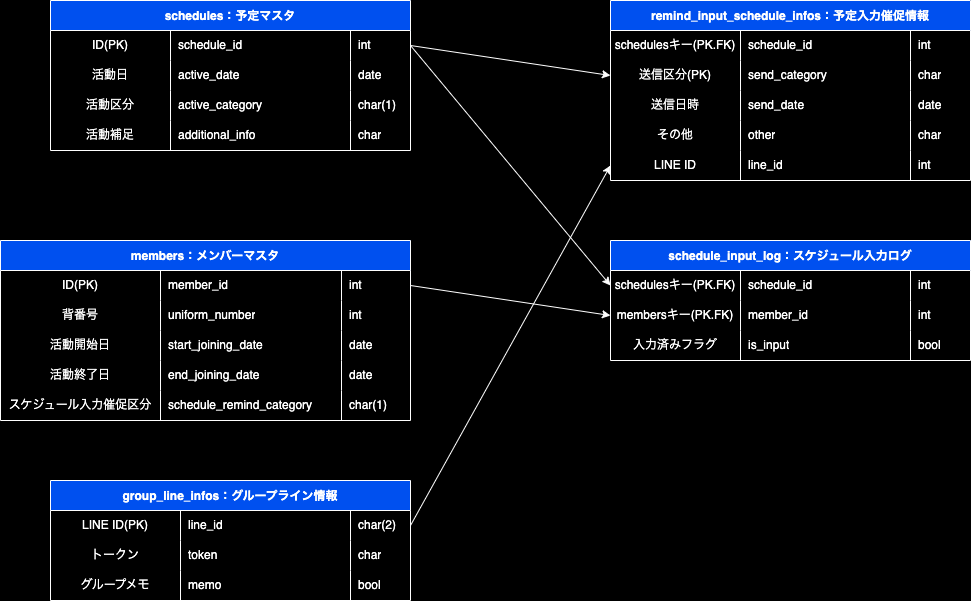
ShigaFreedom/document_freedom_system keeps this draw.io diagram as 03_テーブル/ER_figure.drawio.png. Above is the earlier version. Source tidied: cells renumbered, new cells last; positions are measured from the earlier drawing's top-left corner, leaving out a move shared by most shapes.
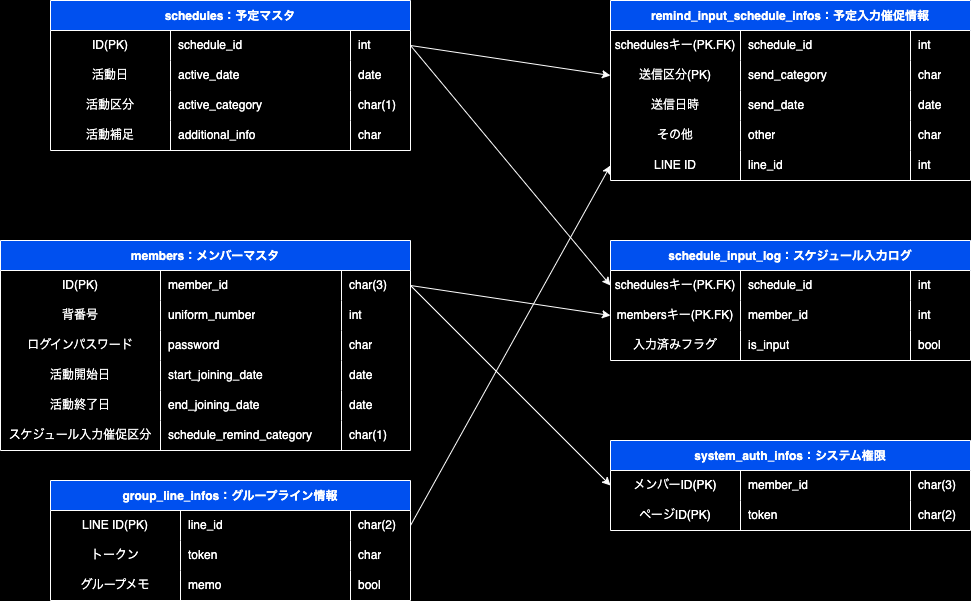
The same diagram one commit later.

Commit message:
テーブル定義

The edit, as a diff of the source:
```diff
@@ -117,7 +117,7 @@
       <mxGeometry x="300" width="60" height="30" as="geometry" />
     </mxCell>
     <mxCell id="40" value="members：メンバーマスタ" style="shape=table;startSize=30;rowLines=0;fontStyle=1;fillColor=#0050ef;fontColor=#FFFFFF;strokeColor=#FFFFFF;" parent="1" vertex="1">
-      <mxGeometry y="240" width="410" height="180" as="geometry" />
+      <mxGeometry y="240" width="410" height="210" as="geometry" />
     </mxCell>
     <mxCell id="41" style="shape=tableRow;horizontal=0;startSize=0;swimlaneHead=0;swimlaneBody=0;top=0;left=0;bottom=0;right=0;fillColor=none;points=[[0,0.5],[1,0.5]];portConstraint=eastwest;" parent="40" vertex="1">
       <mxGeometry y="30" width="410" height="30" as="geometry" />
@@ -128,7 +128,7 @@
     <mxCell id="43" value="member_id" style="shape=partialRectangle;html=1;whiteSpace=wrap;fillColor=none;top=0;left=0;bottom=0;right=0;align=left;spacingLeft=6;overflow=hidden;fontColor=#FFFFFF;" parent="41" vertex="1">
       <mxGeometry x="160" width="181" height="30" as="geometry" />
     </mxCell>
-    <mxCell id="44" value="int" style="shape=partialRectangle;html=1;whiteSpace=wrap;fillColor=none;top=0;left=0;bottom=0;right=0;align=left;spacingLeft=6;overflow=hidden;fontColor=#FFFFFF;" parent="41" vertex="1">
+    <mxCell id="44" value="char(3)" style="shape=partialRectangle;html=1;whiteSpace=wrap;fillColor=none;top=0;left=0;bottom=0;right=0;align=left;spacingLeft=6;overflow=hidden;fontColor=#FFFFFF;" parent="41" vertex="1">
       <mxGeometry x="341" width="69" height="30" as="geometry" />
     </mxCell>
     <mxCell id="45" style="shape=tableRow;horizontal=0;startSize=0;swimlaneHead=0;swimlaneBody=0;top=0;left=0;bottom=0;right=0;fillColor=none;" parent="40" vertex="1">
@@ -143,8 +143,20 @@
     <mxCell id="48" value="int" style="shape=partialRectangle;html=1;whiteSpace=wrap;fillColor=none;top=0;left=0;bottom=0;right=0;align=left;spacingLeft=6;overflow=hidden;fontColor=#FFFFFF;" parent="45" vertex="1">
       <mxGeometry x="341" width="69" height="30" as="geometry" />
     </mxCell>
+    <mxCell id="91" style="shape=tableRow;horizontal=0;startSize=0;swimlaneHead=0;swimlaneBody=0;top=0;left=0;bottom=0;right=0;fillColor=none;" parent="40" vertex="1">
+      <mxGeometry y="90" width="410" height="30" as="geometry" />
+    </mxCell>
+    <mxCell id="92" value="ログインパスワード" style="shape=partialRectangle;html=1;whiteSpace=wrap;fillColor=none;top=0;left=0;bottom=0;right=0;overflow=hidden;fontColor=#FFFFFF;" parent="91" vertex="1">
+      <mxGeometry width="160" height="30" as="geometry" />
+    </mxCell>
+    <mxCell id="93" value="password" style="shape=partialRectangle;html=1;whiteSpace=wrap;fillColor=none;top=0;left=0;bottom=0;right=0;align=left;spacingLeft=6;overflow=hidden;fontColor=#FFFFFF;" parent="91" vertex="1">
+      <mxGeometry x="160" width="181" height="30" as="geometry" />
+    </mxCell>
+    <mxCell id="94" value="char" style="shape=partialRectangle;html=1;whiteSpace=wrap;fillColor=none;top=0;left=0;bottom=0;right=0;align=left;spacingLeft=6;overflow=hidden;fontColor=#FFFFFF;" parent="91" vertex="1">
+      <mxGeometry x="341" width="69" height="30" as="geometry" />
+    </mxCell>
     <mxCell id="49" style="shape=tableRow;horizontal=0;startSize=0;swimlaneHead=0;swimlaneBody=0;top=0;left=0;bottom=0;right=0;fillColor=none;" parent="40" vertex="1">
-      <mxGeometry y="90" width="410" height="30" as="geometry" />
+      <mxGeometry y="120" width="410" height="30" as="geometry" />
     </mxCell>
     <mxCell id="50" value="活動開始日" style="shape=partialRectangle;html=1;whiteSpace=wrap;fillColor=none;top=0;left=0;bottom=0;right=0;overflow=hidden;fontColor=#FFFFFF;" parent="49" vertex="1">
       <mxGeometry width="160" height="30" as="geometry" />
@@ -156,7 +168,7 @@
       <mxGeometry x="341" width="69" height="30" as="geometry" />
     </mxCell>
     <mxCell id="53" style="shape=tableRow;horizontal=0;startSize=0;swimlaneHead=0;swimlaneBody=0;top=0;left=0;bottom=0;right=0;fillColor=none;" parent="40" vertex="1">
-      <mxGeometry y="120" width="410" height="30" as="geometry" />
+      <mxGeometry y="150" width="410" height="30" as="geometry" />
     </mxCell>
     <mxCell id="54" value="活動終了日" style="shape=partialRectangle;html=1;whiteSpace=wrap;fillColor=none;top=0;left=0;bottom=0;right=0;overflow=hidden;fontColor=#FFFFFF;" parent="53" vertex="1">
       <mxGeometry width="160" height="30" as="geometry" />
@@ -168,7 +180,7 @@
       <mxGeometry x="341" width="69" height="30" as="geometry" />
     </mxCell>
     <mxCell id="57" style="shape=tableRow;horizontal=0;startSize=0;swimlaneHead=0;swimlaneBody=0;top=0;left=0;bottom=0;right=0;fillColor=none;" parent="40" vertex="1">
-      <mxGeometry y="150" width="410" height="30" as="geometry" />
+      <mxGeometry y="180" width="410" height="30" as="geometry" />
     </mxCell>
     <mxCell id="58" value="スケジュール入力催促区分" style="shape=partialRectangle;html=1;whiteSpace=wrap;fillColor=none;top=0;left=0;bottom=0;right=0;overflow=hidden;fontColor=#FFFFFF;" parent="57" vertex="1">
       <mxGeometry width="160" height="30" as="geometry" />
@@ -271,5 +283,35 @@
     <mxCell id="90" style="endArrow=classic;html=1;fontColor=#FFFFFF;strokeColor=#FFFFFF;exitX=1;exitY=0.5;exitDx=0;exitDy=0;entryX=0;entryY=0.5;entryDx=0;entryDy=0;" parent="1" edge="1" source="78" target="36">
       <mxGeometry relative="1" as="geometry" />
     </mxCell>
+    <mxCell id="95" value="system_auth_infos：システム権限" style="shape=table;startSize=30;rowLines=0;fontStyle=1;fillColor=#0050ef;fontColor=#FFFFFF;strokeColor=#FFFFFF;" parent="1" vertex="1">
+      <mxGeometry x="610" y="440" width="360" height="90" as="geometry" />
+    </mxCell>
+    <mxCell id="96" style="shape=tableRow;horizontal=0;startSize=0;swimlaneHead=0;swimlaneBody=0;top=0;left=0;bottom=0;right=0;fillColor=none;points=[[0,0.5],[1,0.5]];portConstraint=eastwest;" parent="95" vertex="1">
+      <mxGeometry y="30" width="360" height="30" as="geometry" />
+    </mxCell>
+    <mxCell id="97" value="メンバーID(PK)" style="shape=partialRectangle;html=1;whiteSpace=wrap;fillColor=none;top=0;left=0;bottom=0;right=0;overflow=hidden;fontColor=#FFFFFF;" parent="96" vertex="1">
+      <mxGeometry width="130" height="30" as="geometry" />
+    </mxCell>
+    <mxCell id="98" value="member_id" style="shape=partialRectangle;html=1;whiteSpace=wrap;fillColor=none;top=0;left=0;bottom=0;right=0;align=left;spacingLeft=6;overflow=hidden;fontColor=#FFFFFF;" parent="96" vertex="1">
+      <mxGeometry x="130" width="170" height="30" as="geometry" />
+    </mxCell>
+    <mxCell id="99" value="char(3)" style="shape=partialRectangle;html=1;whiteSpace=wrap;fillColor=none;top=0;left=0;bottom=0;right=0;align=left;spacingLeft=6;overflow=hidden;fontColor=#FFFFFF;" parent="96" vertex="1">
+      <mxGeometry x="300" width="60" height="30" as="geometry" />
+    </mxCell>
+    <mxCell id="100" style="shape=tableRow;horizontal=0;startSize=0;swimlaneHead=0;swimlaneBody=0;top=0;left=0;bottom=0;right=0;fillColor=none;" parent="95" vertex="1">
+      <mxGeometry y="60" width="360" height="30" as="geometry" />
+    </mxCell>
+    <mxCell id="101" value="ページID(PK)" style="shape=partialRectangle;html=1;whiteSpace=wrap;fillColor=none;top=0;left=0;bottom=0;right=0;overflow=hidden;fontColor=#FFFFFF;" parent="100" vertex="1">
+      <mxGeometry width="130" height="30" as="geometry" />
+    </mxCell>
+    <mxCell id="102" value="token" style="shape=partialRectangle;html=1;whiteSpace=wrap;fillColor=none;top=0;left=0;bottom=0;right=0;align=left;spacingLeft=6;overflow=hidden;fontColor=#FFFFFF;" parent="100" vertex="1">
+      <mxGeometry x="130" width="170" height="30" as="geometry" />
+    </mxCell>
+    <mxCell id="103" value="char(2)" style="shape=partialRectangle;html=1;whiteSpace=wrap;fillColor=none;top=0;left=0;bottom=0;right=0;align=left;spacingLeft=6;overflow=hidden;fontColor=#FFFFFF;" parent="100" vertex="1">
+      <mxGeometry x="300" width="60" height="30" as="geometry" />
+    </mxCell>
+    <mxCell id="104" style="endArrow=classic;html=1;fontColor=#FFFFFF;strokeColor=#FFFFFF;exitX=1;exitY=0.5;exitDx=0;exitDy=0;entryX=0;entryY=0.5;entryDx=0;entryDy=0;" parent="1" edge="1" source="41" target="96">
+      <mxGeometry relative="1" as="geometry" />
+    </mxCell>
   </root>
 </mxGraphModel>
```
